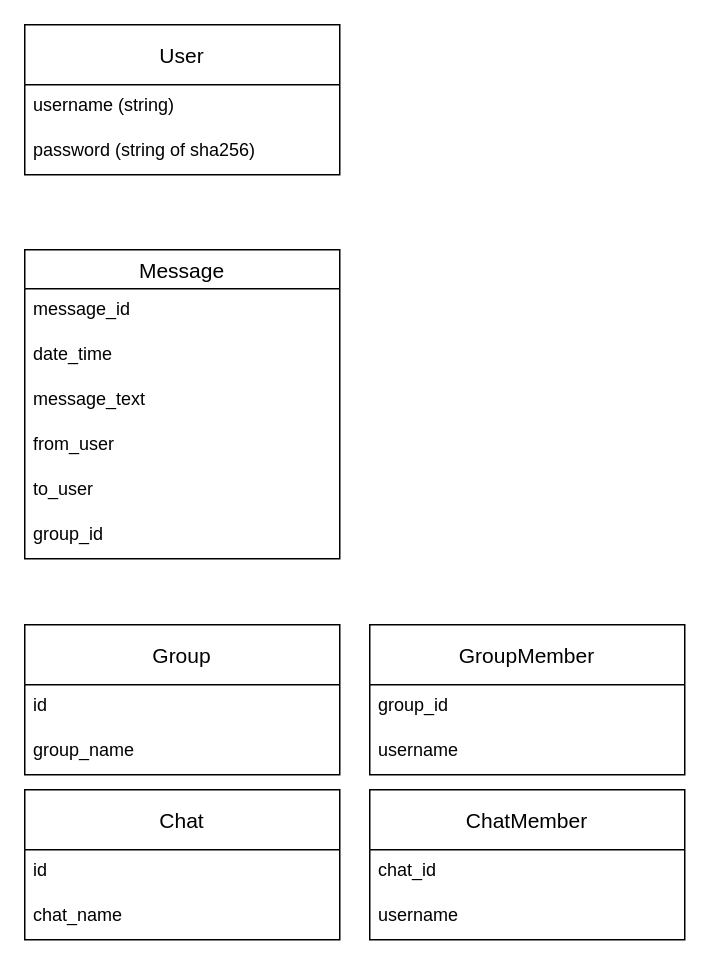
The draw.io diagram sql_tabels.drawio in lucky-rydar/miMessage, before the edit. Source tidied: cells renumbered, new cells numbered last; positions are measured from the earlier drawing's top-left corner, leaving out a move shared by most shapes. Both pictures are drawn from the tidied source at 150%, with x=0, y=0 at pixel (24, 24).
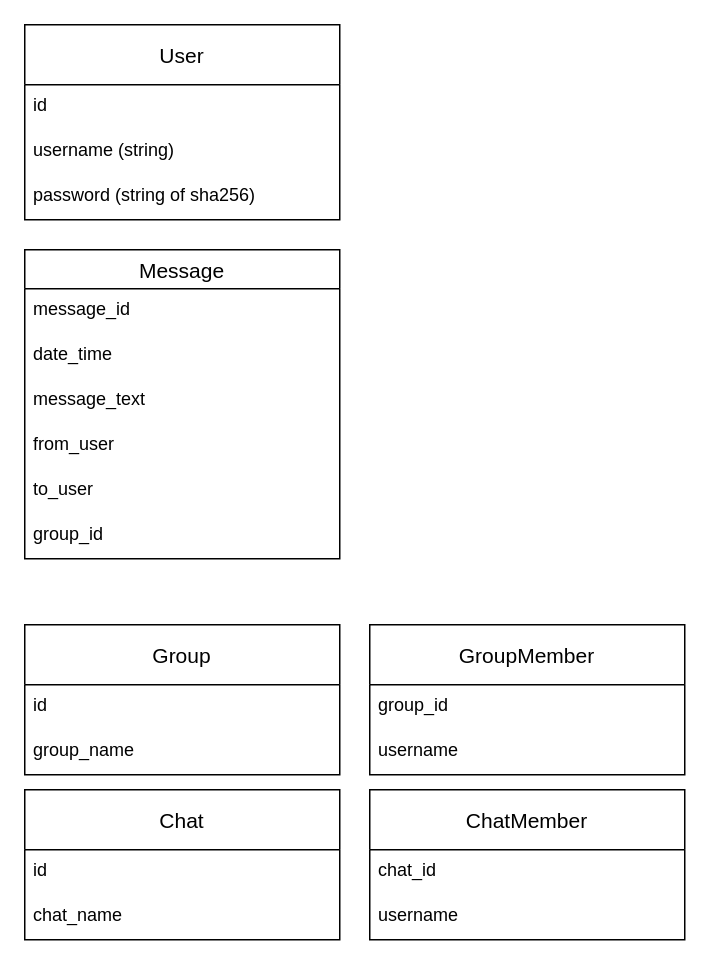
The same diagram, later.

Commit message (it also covers changes not shown here):
Added creating tables in DatabaseController

The edit, as a diff of the source:
```diff
@@
     <mxCell id="2" value="User" style="swimlane;fontStyle=0;horizontal=1;startSize=40;align=center;fontSize=14;" parent="1" vertex="1">
-      <mxGeometry width="210" height="100" as="geometry" />
+      <mxGeometry width="210" height="130" as="geometry" />
     </mxCell>
+    <mxCell id="24" value="id" style="text;strokeColor=none;fillColor=none;spacingLeft=4;spacingRight=4;overflow=hidden;fontSize=12;" parent="2" vertex="1">
+      <mxGeometry y="40" width="210" height="30" as="geometry" />
+    </mxCell>
     <mxCell id="3" value="username (string)" style="text;strokeColor=none;fillColor=none;spacingLeft=4;spacingRight=4;overflow=hidden;fontSize=12;" parent="2" vertex="1">
-      <mxGeometry y="40" width="210" height="30" as="geometry" />
+      <mxGeometry y="70" width="210" height="30" as="geometry" />
     </mxCell>
     <mxCell id="4" value="password (string of sha256)" style="text;strokeColor=none;fillColor=none;spacingLeft=4;spacingRight=4;overflow=hidden;fontSize=12;" parent="2" vertex="1">
-      <mxGeometry y="70" width="210" height="30" as="geometry" />
+      <mxGeometry y="100" width="210" height="30" as="geometry" />
     </mxCell>
```
